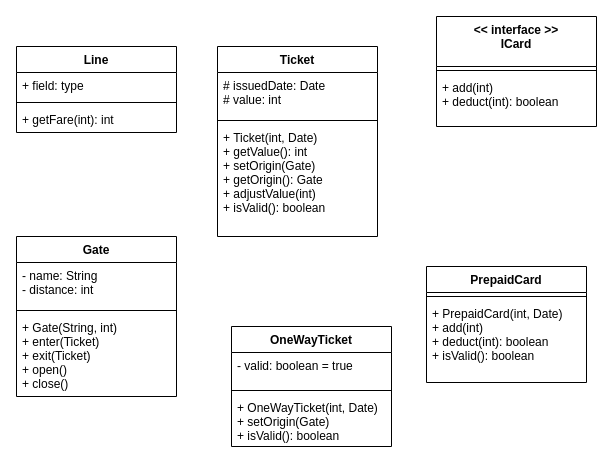
This is Ga.drawio from Z-techIT/Aims, a draw.io file, before an edit. Source tidied: cells renumbered, new cells numbered last; positions are measured from the earlier drawing's top-left corner, leaving out a move shared by most shapes. Both pictures are drawn from the tidied source at 100%, with x=0, y=0 at pixel (16, 16).
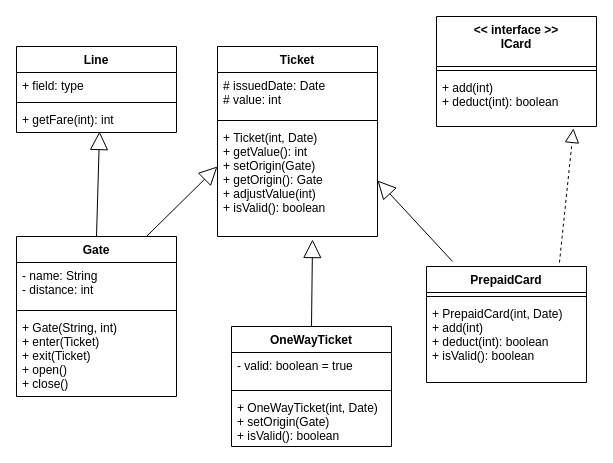
Above is the later version.

Unchanged cells that the change refers to:
```xml
<mxCell id="5" value="+ getFare(int): int" style="text;strokeColor=none;fillColor=none;align=left;verticalAlign=top;spacingLeft=4;spacingRight=4;overflow=hidden;points=[[0,0.5],[1,0.5]];portConstraint=eastwest;" parent="2" vertex="1">
  <mxGeometry y="60" width="160" height="26" as="geometry" />
</mxCell>
<mxCell id="9" value="+ Ticket(int, Date)&#10;+ getValue(): int&#10;+ setOrigin(Gate)&#10;+ getOrigin(): Gate&#10;+ adjustValue(int)&#10;+ isValid(): boolean&#10;" style="text;strokeColor=none;fillColor=none;align=left;verticalAlign=top;spacingLeft=4;spacingRight=4;overflow=hidden;points=[[0,0.5],[1,0.5]];portConstraint=eastwest;" parent="6" vertex="1">
  <mxGeometry y="78" width="160" height="112" as="geometry" />
</mxCell>
<mxCell id="10" value="Gate" style="swimlane;fontStyle=1;align=center;verticalAlign=top;horizontal=1;startSize=26;" parent="1" vertex="1">
  <mxGeometry y="220" width="160" height="160" as="geometry" />
</mxCell>
<mxCell id="16" value="+ add(int)&#10;+ deduct(int): boolean&#10;" style="text;strokeColor=none;fillColor=none;align=left;verticalAlign=top;spacingLeft=4;spacingRight=4;overflow=hidden;points=[[0,0.5],[1,0.5]];portConstraint=eastwest;" parent="14" vertex="1">
  <mxGeometry y="58" width="160" height="52" as="geometry" />
</mxCell>
<mxCell id="17" value="OneWayTicket" style="swimlane;fontStyle=1;align=center;verticalAlign=top;horizontal=1;startSize=26;" parent="1" vertex="1">
  <mxGeometry x="215" y="310" width="160" height="120" as="geometry" />
</mxCell>
<mxCell id="21" value="PrepaidCard" style="swimlane;fontStyle=1;align=center;verticalAlign=top;horizontal=1;startSize=26;" parent="1" vertex="1">
  <mxGeometry x="410" y="250" width="160" height="116" as="geometry" />
</mxCell>
```

Change to the diagram source:
```diff
@@
+    <mxCell id="24" style="endArrow=block;endSize=16;endFill=0;html=1;rounded=0;entryX=0.519;entryY=0.962;entryDx=0;entryDy=0;entryPerimeter=0;exitX=0.5;exitY=0;exitDx=0;exitDy=0;" parent="1" edge="1" source="10" target="5">
+      <mxGeometry y="44" relative="1" as="geometry" />
+    </mxCell>
+    <mxCell id="25" style="endArrow=block;endSize=16;endFill=0;html=1;rounded=0;entryX=0;entryY=0.375;entryDx=0;entryDy=0;entryPerimeter=0;exitX=0.5;exitY=0;exitDx=0;exitDy=0;" parent="1" edge="1" target="9">
+      <mxGeometry y="44" relative="1" as="geometry">
+        <mxPoint x="130" y="220" as="sourcePoint" />
+      </mxGeometry>
+    </mxCell>
+    <mxCell id="26" style="endArrow=block;endSize=16;endFill=0;html=1;rounded=0;entryX=0.594;entryY=1.027;entryDx=0;entryDy=0;entryPerimeter=0;exitX=0.5;exitY=0;exitDx=0;exitDy=0;" parent="1" edge="1" source="17" target="9">
+      <mxGeometry y="44" relative="1" as="geometry" />
+    </mxCell>
+    <mxCell id="27" style="endArrow=block;endSize=16;endFill=0;html=1;rounded=0;entryX=1;entryY=0.5;entryDx=0;entryDy=0;exitX=0.163;exitY=-0.043;exitDx=0;exitDy=0;exitPerimeter=0;" parent="1" edge="1" source="21" target="9">
+      <mxGeometry y="44" relative="1" as="geometry" />
+    </mxCell>
+    <mxCell id="28" style="endArrow=block;dashed=1;endFill=0;endSize=12;html=1;rounded=0;entryX=0.856;entryY=1.038;entryDx=0;entryDy=0;entryPerimeter=0;exitX=0.831;exitY=-0.034;exitDx=0;exitDy=0;exitPerimeter=0;" parent="1" edge="1" source="21" target="16">
+      <mxGeometry relative="1" as="geometry" />
+    </mxCell>
```
